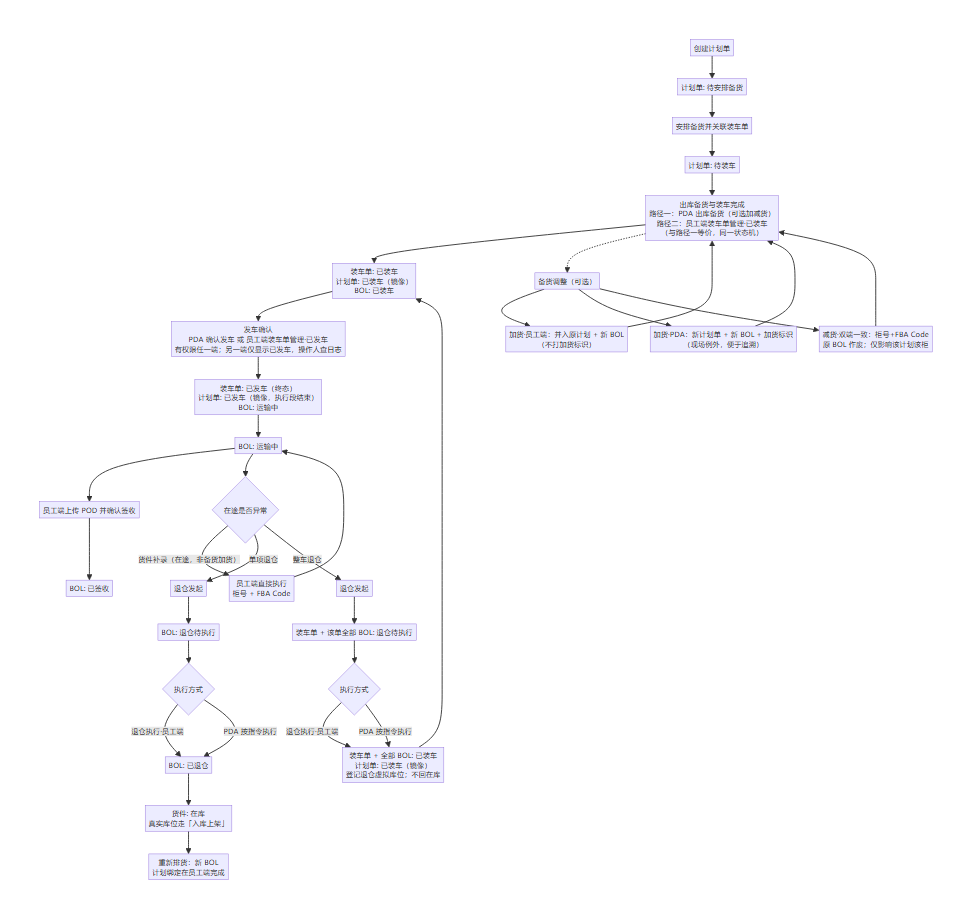
The Mermaid diagram admin/docs/images/FBA发货计划与派送管理/05-核心业务流程.png in Junia-Pan/MEEKOO, before a commit. Its source is kept beside it as admin/docs/diagrams/FBA发货计划与派送管理/05-核心业务流程.mmd.
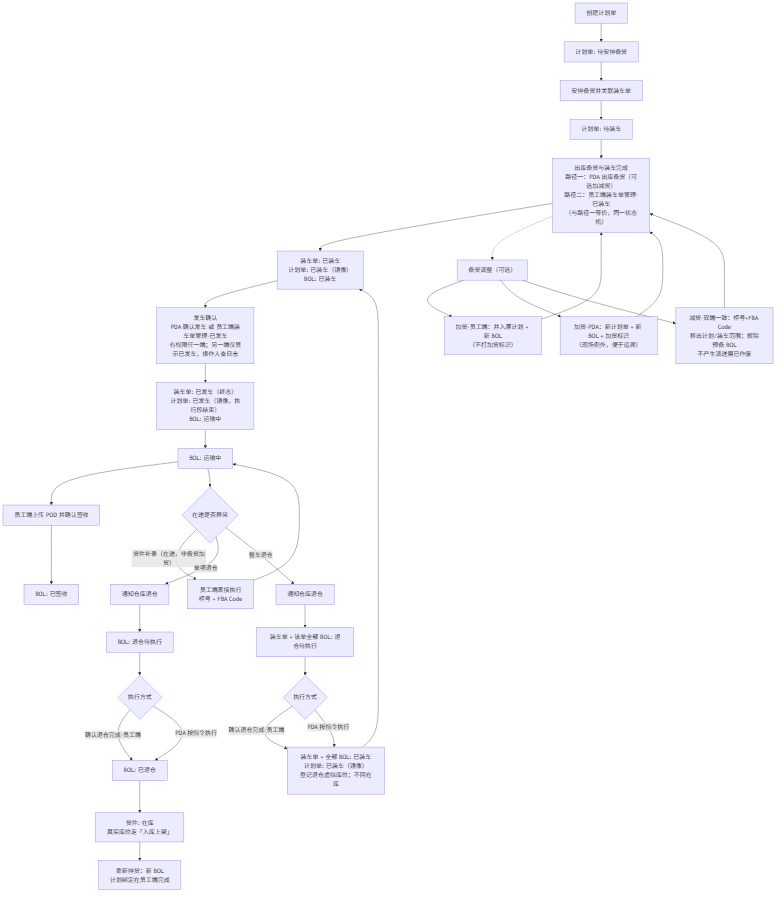
After the change.

The edit, as a diff of the source:
```diff
@@ -16,7 +16,7 @@
     Prep -.-> Padj["备货调整（可选）"]
     Padj --> PadjWeb["加货·员工端：并入原计划 + 新 BOL<br/>（不打加货标识）"]
     Padj --> PadjPda["加货·PDA：新计划单 + 新 BOL + 加货标识<br/>（现场例外，便于追溯）"]
-    Padj --> PadjCut["减货·双端一致：柜号+FBA Code<br/>原 BOL 作废；仅影响该计划该柜"]
+    Padj --> PadjCut["减货·双端一致：柜号+FBA Code<br/>移出计划/装车范围；解除预备 BOL<br/>不产生派送层已作废"]
     PadjWeb --> Prep
     PadjPda --> Prep
     PadjCut --> Prep
@@ -26,17 +26,17 @@
     L -- "货件补录（在途，非备货加货）" --> M[员工端直接执行<br/>柜号 + FBA Code]
     M --> I
 
-    L -- 单项退仓 --> N1a[退仓发起]
+    L -- 单项退仓 --> N1a["通知仓库退仓"]
     N1a --> N1b["BOL: 退仓待执行"]
     N1b --> N1c{执行方式}
-    N1c -- 退仓执行·员工端 --> N2[BOL: 已退仓]
+    N1c -- 确认退仓完成·员工端 --> N2[BOL: 已退仓]
     N1c -- PDA 按指令执行 --> N2
     N2 --> N3[货件: 在库<br/>真实库位走「入库上架」]
     N3 --> N4["重新排货：新 BOL<br/>计划绑定在员工端完成"]
 
-    L -- 整车退仓 --> O1a[退仓发起]
+    L -- 整车退仓 --> O1a["通知仓库退仓"]
     O1a --> O1b["装车单 + 该单全部 BOL: 退仓待执行"]
     O1b --> O1c{执行方式}
-    O1c -- 退仓执行·员工端 --> O2["装车单 + 全部 BOL: 已装车<br/>计划单: 已装车（镜像）<br/>登记退仓虚拟库位；不回在库"]
+    O1c -- 确认退仓完成·员工端 --> O2["装车单 + 全部 BOL: 已装车<br/>计划单: 已装车（镜像）<br/>登记退仓虚拟库位；不回在库"]
     O1c -- PDA 按指令执行 --> O2
     O2 --> F
```
